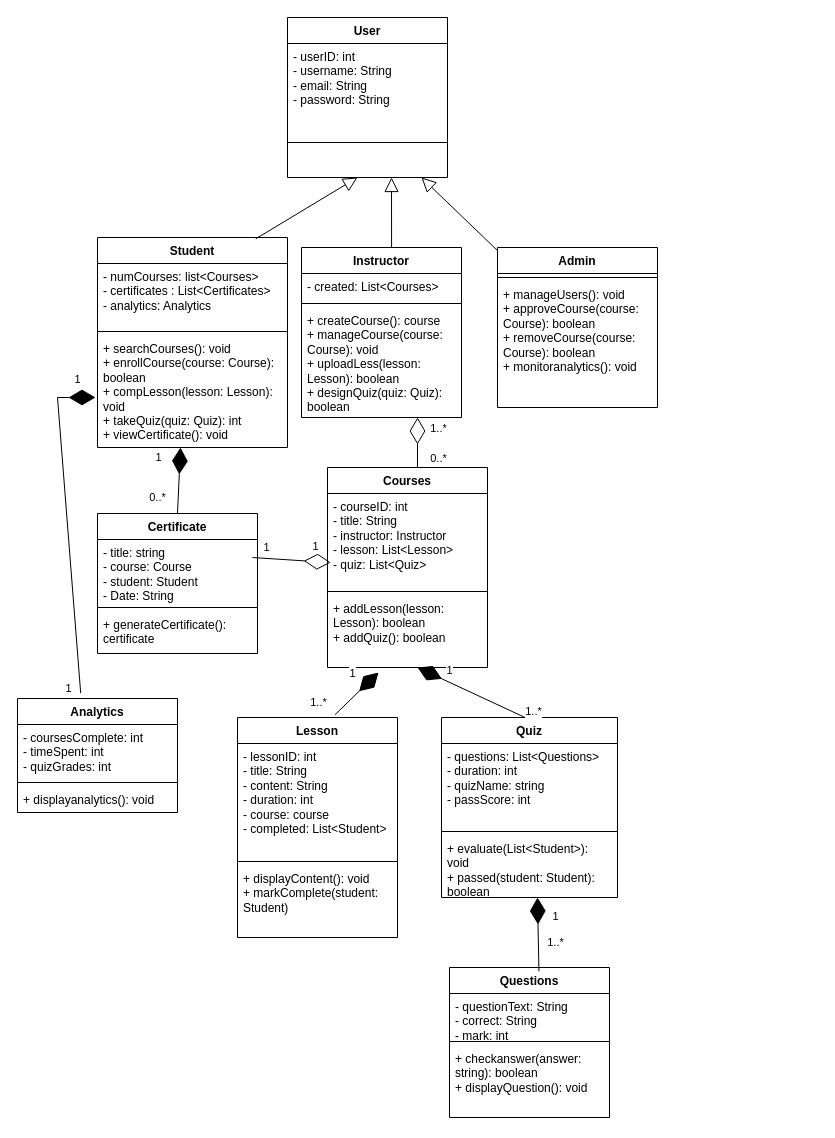
Earlier version of the draw.io diagram Untitled Diagram.drawio (adhambasha1155/Uml). Source tidied: cells renumbered, new cells numbered last; positions are measured from the earlier drawing's top-left corner, leaving out a move shared by most shapes. Both pictures are drawn from the tidied source at 100%, with x=0, y=0 at pixel (17, 17).
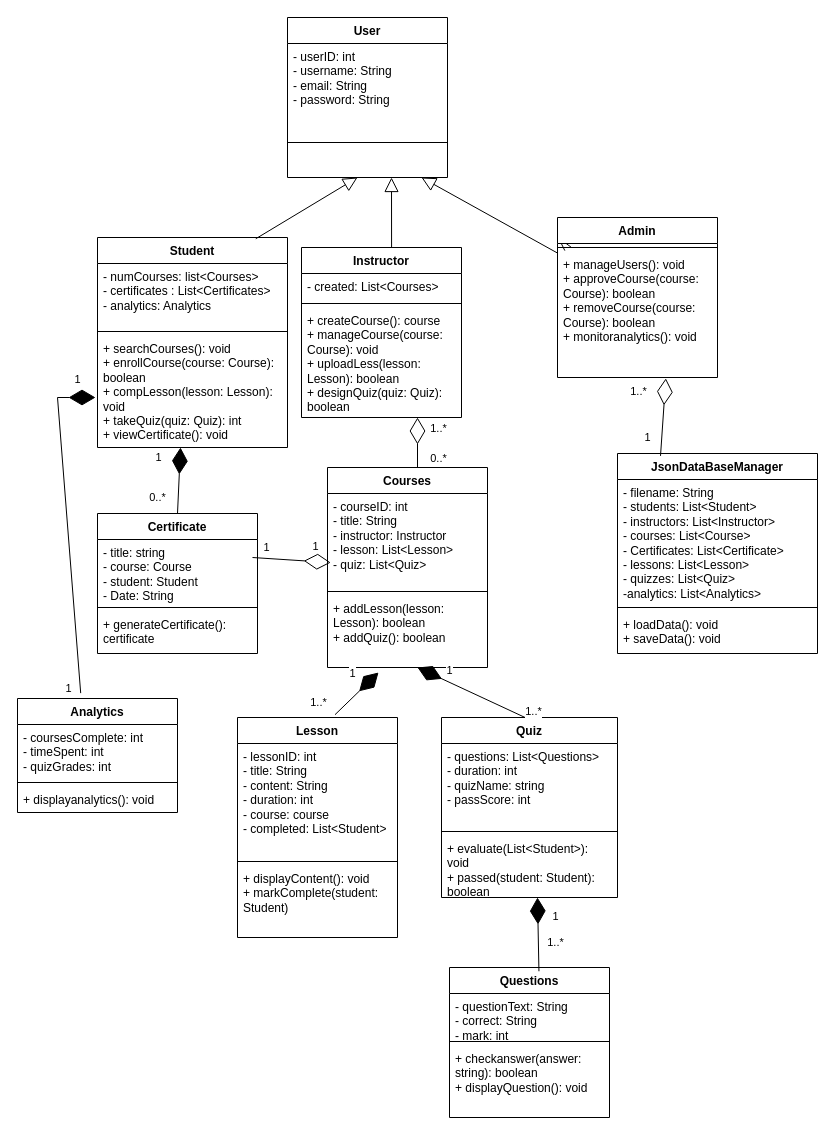
The same diagram, later.

Unchanged cells that the change refers to:
```xml
<mxCell id="19" value="+ manageUsers(): void&lt;div&gt;+ approveCourse(course: Course): boolean&lt;/div&gt;&lt;div&gt;+ removeCourse(course: Course): boolean&lt;/div&gt;&lt;div&gt;+ monitoranalytics(): void&lt;/div&gt;" style="text;strokeColor=none;fillColor=none;align=left;verticalAlign=top;spacingLeft=4;spacingRight=4;overflow=hidden;points=[[0,0.5],[1,0.5]];portConstraint=eastwest;whiteSpace=wrap;html=1;" parent="17" vertex="1">
  <mxGeometry y="34" width="160" height="126" as="geometry" />
</mxCell>
```

Diff of the diagram source:
```diff
@@
     <mxCell id="17" value="Admin" style="swimlane;fontStyle=1;align=center;verticalAlign=top;horizontal=1;startSize=26;whiteSpace=wrap;html=1;" parent="1" vertex="1">
-      <mxGeometry x="480" y="230" width="160" height="160" as="geometry" />
+      <mxGeometry x="540" y="200" width="160" height="160" as="geometry" />
     </mxCell>
@@
+    <mxCell id="65" value="JsonDataBaseManager" style="swimlane;fontStyle=1;align=center;verticalAlign=top;horizontal=1;startSize=26;whiteSpace=wrap;html=1;" parent="1" vertex="1">
+      <mxGeometry x="600" y="436" width="200" height="200" as="geometry" />
+    </mxCell>
+    <mxCell id="66" value="- filename: String&lt;div&gt;- students: List&amp;lt;Student&amp;gt;&lt;/div&gt;&lt;div&gt;- instructors: List&amp;lt;Instructor&amp;gt;&lt;/div&gt;&lt;div&gt;- courses: List&amp;lt;Course&amp;gt;&lt;/div&gt;&lt;div&gt;- Certificates: List&amp;lt;Certificate&amp;gt;&lt;/div&gt;&lt;div&gt;- lessons: List&amp;lt;Lesson&amp;gt;&lt;/div&gt;&lt;div&gt;- quizzes: List&amp;lt;Quiz&amp;gt;&lt;/div&gt;&lt;div&gt;-analytics: List&amp;lt;Analytics&amp;gt;&lt;/div&gt;" style="text;strokeColor=none;fillColor=none;align=left;verticalAlign=top;spacingLeft=4;spacingRight=4;overflow=hidden;whiteSpace=wrap;html=1;" parent="65" vertex="1">
+      <mxGeometry y="26" width="200" height="124" as="geometry" />
+    </mxCell>
+    <mxCell id="67" style="line;strokeWidth=1;fillColor=none;align=left;verticalAlign=middle;spacingTop=-1;spacingLeft=3;spacingRight=3;labelPosition=right;strokeColor=inherit;" parent="65" vertex="1">
+      <mxGeometry y="150" width="200" height="8" as="geometry" />
+    </mxCell>
+    <mxCell id="68" value="+ loadData(): void&lt;div&gt;+ saveData(): void&lt;/div&gt;" style="text;strokeColor=none;fillColor=none;align=left;verticalAlign=top;spacingLeft=4;spacingRight=4;overflow=hidden;whiteSpace=wrap;html=1;" parent="65" vertex="1">
+      <mxGeometry y="158" width="200" height="42" as="geometry" />
+    </mxCell>
+    <mxCell id="69" style="endArrow=diamondThin;endFill=0;endSize=24;html=1;rounded=0;entryX=0.677;entryY=1.007;entryDx=0;entryDy=0;entryPerimeter=0;exitX=0.215;exitY=0.012;exitDx=0;exitDy=0;exitPerimeter=0;" parent="1" edge="1" source="65" target="19">
+      <mxGeometry relative="1" as="geometry" />
+    </mxCell>
+    <mxCell id="70" value="1..*" style="edgeLabel;html=1;align=center;verticalAlign=middle;" parent="69" vertex="1">
+      <mxGeometry x="0.12" y="-1" relative="1" as="geometry">
+        <mxPoint x="-27" y="-21" as="offset" />
+      </mxGeometry>
+    </mxCell>
+    <mxCell id="71" value="1" style="edgeLabel;html=1;align=center;verticalAlign=middle;" parent="69" vertex="1">
+      <mxGeometry y="-5" relative="1" as="geometry">
+        <mxPoint x="-21" y="20" as="offset" />
+      </mxGeometry>
+    </mxCell>
```
